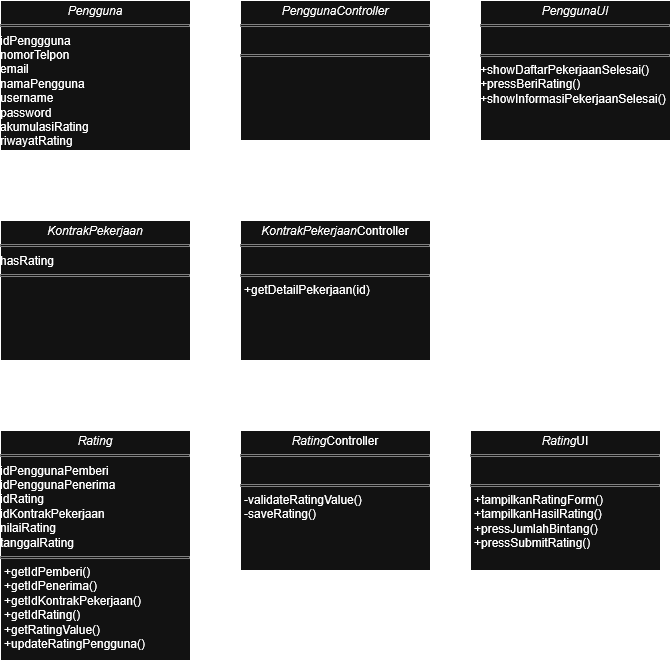
The draw.io diagram docs/M7/assets/diagram/DiagramClassUC10.png in WimarW/IF2150-RPL-K03-G09, before a commit. Source tidied: cells renumbered, new cells last; positions are measured from the earlier drawing's top-left corner, leaving out a move shared by most shapes.
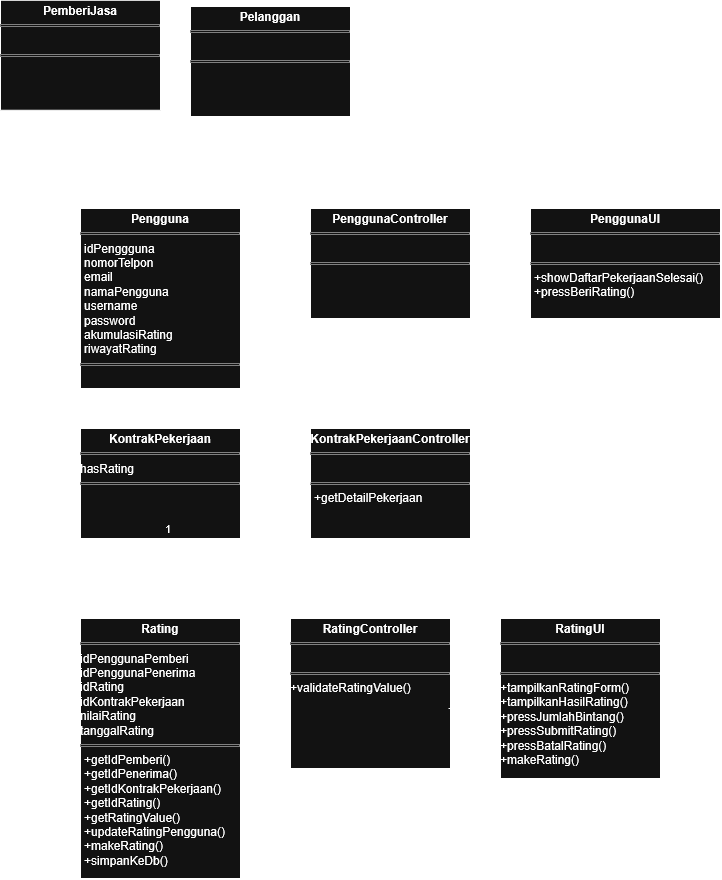
The same diagram one commit later.

Change to the diagram source:
```diff
@@ -2,62 +2,80 @@
   <root>
     <mxCell id="0" />
     <mxCell id="1" parent="0" />
-    <mxCell id="2" value="&lt;p style=&quot;margin:0px;margin-top:4px;text-align:center;&quot;&gt;&lt;i&gt;Pengguna&lt;/i&gt;&lt;/p&gt;&lt;hr size=&quot;1&quot; style=&quot;border-style:solid;&quot;&gt;idPenggguna&lt;br&gt;nomorTelpon &lt;br&gt;email&lt;br&gt;namaPengguna&lt;br&gt;username&lt;br&gt;password &lt;br&gt;akumulasiRating&lt;br&gt;riwayatRating&lt;hr size=&quot;1&quot; style=&quot;border-style:solid;&quot;&gt;&lt;p style=&quot;margin:0px;margin-left:4px;&quot;&gt;&lt;br&gt;&lt;br&gt;&lt;/p&gt;" style="verticalAlign=top;align=left;overflow=fill;html=1;whiteSpace=wrap;" parent="1" vertex="1">
-      <mxGeometry width="190" height="150" as="geometry" />
+    <mxCell id="2" value="&lt;p style=&quot;margin:0px;margin-top:4px;text-align:center;&quot;&gt;&lt;b&gt;Pengguna&lt;/b&gt;&lt;/p&gt;&lt;hr size=&quot;1&quot; style=&quot;border-style:solid;&quot;&gt;&lt;p style=&quot;margin:0px;margin-left:4px;&quot;&gt;idPenggguna&lt;br&gt;nomorTelpon &lt;br&gt;email&lt;br&gt;namaPengguna&lt;br&gt;username&lt;br&gt;password &lt;br&gt;akumulasiRating&lt;br&gt;riwayatRating&lt;/p&gt;&lt;hr size=&quot;1&quot; style=&quot;border-style:solid;&quot;&gt;&lt;p style=&quot;margin:0px;margin-left:4px;&quot;&gt;&lt;br&gt;&lt;/p&gt;" style="verticalAlign=top;align=left;overflow=fill;html=1;whiteSpace=wrap;" parent="1" vertex="1">
+      <mxGeometry x="150" y="200" width="160" height="180" as="geometry" />
     </mxCell>
-    <mxCell id="3" value="&lt;p style=&quot;margin:0px;margin-top:4px;text-align:center;&quot;&gt;&lt;i&gt;PenggunaController&lt;/i&gt;&lt;/p&gt;&lt;hr size=&quot;1&quot; style=&quot;border-style:solid;&quot;&gt;&lt;p style=&quot;margin:0px;margin-left:4px;&quot;&gt;&lt;br&gt;&lt;/p&gt;&lt;hr size=&quot;1&quot; style=&quot;border-style:solid;&quot;&gt;&lt;p style=&quot;margin:0px;margin-left:4px;&quot;&gt;&lt;br&gt;&lt;/p&gt;" style="verticalAlign=top;align=left;overflow=fill;html=1;whiteSpace=wrap;" parent="1" vertex="1">
-      <mxGeometry x="240" width="190" height="140" as="geometry" />
+    <mxCell id="3" value="&lt;p style=&quot;margin:0px;margin-top:4px;text-align:center;&quot;&gt;&lt;b&gt;PenggunaController&lt;/b&gt;&lt;/p&gt;&lt;hr size=&quot;1&quot; style=&quot;border-style:solid;&quot;&gt;&lt;br&gt;&lt;hr size=&quot;1&quot; style=&quot;border-style:solid;&quot;&gt;&lt;p style=&quot;margin:0px;margin-left:4px;&quot;&gt;&lt;br&gt;&lt;/p&gt;" style="verticalAlign=top;align=left;overflow=fill;html=1;whiteSpace=wrap;" parent="1" vertex="1">
+      <mxGeometry x="380" y="200" width="160" height="110" as="geometry" />
     </mxCell>
+    <mxCell id="18" value="&lt;p style=&quot;margin:0px;margin-top:4px;text-align:center;&quot;&gt;&lt;b&gt;PenggunaUI&lt;/b&gt;&lt;/p&gt;&lt;hr size=&quot;1&quot; style=&quot;border-style:solid;&quot;&gt;&lt;p style=&quot;margin:0px;margin-left:4px;&quot;&gt;&lt;br&gt;&lt;/p&gt;&lt;hr size=&quot;1&quot; style=&quot;border-style:solid;&quot;&gt;&lt;p style=&quot;margin:0px;margin-left:4px;&quot;&gt;+showDaftarPekerjaanSelesai()&lt;br&gt;+pressBeriRating()&lt;/p&gt;" style="verticalAlign=top;align=left;overflow=fill;html=1;whiteSpace=wrap;" parent="1" vertex="1">
+      <mxGeometry x="600" y="200" width="190" height="110" as="geometry" />
+    </mxCell>
-    <mxCell id="4" style="endArrow=none;html=1;rounded=0;defaultLabelBackgroundColor=gap;exitX=1;exitY=0.5;exitDx=0;exitDy=0;entryX=-0.006;entryY=0.54;entryDx=0;entryDy=0;entryPerimeter=0;" parent="1" edge="1" source="2" target="3">
+    <mxCell id="4" style="endArrow=none;html=1;rounded=0;defaultLabelBackgroundColor=gap;exitX=1.023;exitY=0.303;exitDx=0;exitDy=0;entryX=0;entryY=0.5;entryDx=0;entryDy=0;exitPerimeter=0;" parent="1" edge="1" source="2" target="3">
       <mxGeometry relative="1" as="geometry" />
     </mxCell>
-    <mxCell id="5" style="endArrow=none;html=1;rounded=0;defaultLabelBackgroundColor=gap;exitX=1;exitY=0.5;exitDx=0;exitDy=0;entryX=0;entryY=0.5;entryDx=0;entryDy=0;" parent="1" edge="1">
-      <mxGeometry relative="1" as="geometry">
-        <mxPoint x="430" y="69.5" as="sourcePoint" />
-        <mxPoint x="480" y="69.5" as="targetPoint" />
-      </mxGeometry>
-    </mxCell>
-    <mxCell id="6" value="&lt;p style=&quot;margin:0px;margin-top:4px;text-align:center;&quot;&gt;&lt;i&gt;PenggunaUI&lt;/i&gt;&lt;/p&gt;&lt;hr size=&quot;1&quot; style=&quot;border-style:solid;&quot;&gt;&lt;p style=&quot;margin:0px;margin-left:4px;&quot;&gt;&lt;br&gt;&lt;/p&gt;&lt;hr size=&quot;1&quot; style=&quot;border-style:solid;&quot;&gt;+showDaftarPekerjaanSelesai()&lt;br&gt;&lt;div&gt;+pressBeriRating()&lt;/div&gt;&lt;div&gt;+showInformasiPekerjaanSelesai()&amp;nbsp;&lt;/div&gt;&lt;div&gt;&lt;br&gt;&lt;/div&gt;" style="verticalAlign=top;align=left;overflow=fill;html=1;whiteSpace=wrap;" parent="1" vertex="1">
-      <mxGeometry x="480" width="190" height="140" as="geometry" />
-    </mxCell>
-    <mxCell id="7" style="endArrow=none;html=1;rounded=0;defaultLabelBackgroundColor=gap;entryX=0.5;entryY=1;entryDx=0;entryDy=0;" parent="1" edge="1" target="2">
-      <mxGeometry relative="1" as="geometry">
-        <mxPoint x="95" y="220" as="sourcePoint" />
-      </mxGeometry>
-    </mxCell>
+    <mxCell id="19" style="endArrow=none;html=1;rounded=0;defaultLabelBackgroundColor=gap;entryX=0;entryY=0.5;entryDx=0;entryDy=0;" parent="1" edge="1" source="3" target="18">
+      <mxGeometry relative="1" as="geometry" />
+    </mxCell>
+    <mxCell id="20" value="&lt;p style=&quot;margin:0px;margin-top:4px;text-align:center;&quot;&gt;&lt;b&gt;PemberiJasa&lt;/b&gt;&lt;/p&gt;&lt;hr size=&quot;1&quot; style=&quot;border-style:solid;&quot;&gt;&lt;br&gt;&lt;hr size=&quot;1&quot; style=&quot;border-style:solid;&quot;&gt;&lt;p style=&quot;margin:0px;margin-left:4px;&quot;&gt;&lt;br&gt;&lt;/p&gt;" style="verticalAlign=top;align=left;overflow=fill;html=1;whiteSpace=wrap;" parent="1" vertex="1">
+      <mxGeometry x="70" y="-8.2" width="160" height="110" as="geometry" />
+    </mxCell>
+    <mxCell id="21" value="&lt;p style=&quot;margin:0px;margin-top:4px;text-align:center;&quot;&gt;&lt;b&gt;Pelanggan&lt;/b&gt;&lt;/p&gt;&lt;hr size=&quot;1&quot; style=&quot;border-style:solid;&quot;&gt;&lt;br&gt;&lt;hr size=&quot;1&quot; style=&quot;border-style:solid;&quot;&gt;&lt;p style=&quot;margin:0px;margin-left:4px;&quot;&gt;&lt;br&gt;&lt;/p&gt;" style="verticalAlign=top;align=left;overflow=fill;html=1;whiteSpace=wrap;" parent="1" vertex="1">
+      <mxGeometry x="260" y="-2" width="160" height="110" as="geometry" />
+    </mxCell>
+    <mxCell id="22" style="endArrow=block;endSize=16;endFill=0;html=1;rounded=0;defaultLabelBackgroundColor=gap;entryX=0.138;entryY=-0.01;entryDx=0;entryDy=0;entryPerimeter=0;" parent="1" edge="1">
+      <mxGeometry relative="1" as="geometry">
+        <mxPoint x="200" y="107.3" as="sourcePoint" />
+        <mxPoint x="202.1" y="200" as="targetPoint" />
+      </mxGeometry>
+    </mxCell>
+    <mxCell id="23" style="endArrow=block;endSize=16;endFill=0;html=1;rounded=0;defaultLabelBackgroundColor=gap;entryX=0.138;entryY=-0.01;entryDx=0;entryDy=0;entryPerimeter=0;exitX=0.946;exitY=1.05;exitDx=0;exitDy=0;exitPerimeter=0;" parent="1" edge="1">
+      <mxGeometry relative="1" as="geometry">
+        <mxPoint x="279.5" y="108" as="sourcePoint" />
+        <mxPoint x="280.5" y="200" as="targetPoint" />
+      </mxGeometry>
+    </mxCell>
-    <mxCell id="8" value="&lt;p style=&quot;margin:0px;margin-top:4px;text-align:center;&quot;&gt;&lt;i&gt;KontrakPekerjaan&lt;/i&gt;&lt;/p&gt;&lt;hr size=&quot;1&quot; style=&quot;border-style:solid;&quot;&gt;hasRating&lt;hr size=&quot;1&quot; style=&quot;border-style:solid;&quot;&gt;&lt;p style=&quot;margin:0px;margin-left:4px;&quot;&gt;&lt;br&gt;&lt;br&gt;&lt;/p&gt;" style="verticalAlign=top;align=left;overflow=fill;html=1;whiteSpace=wrap;" parent="1" vertex="1">
-      <mxGeometry y="220" width="190" height="140" as="geometry" />
+    <mxCell id="8" value="&lt;p style=&quot;margin:0px;margin-top:4px;text-align:center;&quot;&gt;&lt;b&gt;KontrakPekerjaan&lt;/b&gt;&lt;/p&gt;&lt;hr size=&quot;1&quot; style=&quot;border-style:solid;&quot;&gt;hasRating&lt;hr size=&quot;1&quot; style=&quot;border-style:solid;&quot;&gt;&lt;p style=&quot;margin:0px;margin-left:4px;&quot;&gt;&lt;br&gt;&lt;/p&gt;" style="verticalAlign=top;align=left;overflow=fill;html=1;whiteSpace=wrap;" parent="1" vertex="1">
+      <mxGeometry x="150" y="420" width="160" height="110" as="geometry" />
     </mxCell>
-    <mxCell id="9" value="&lt;p style=&quot;margin:0px;margin-top:4px;text-align:center;&quot;&gt;&lt;i&gt;KontrakPekerjaan&lt;/i&gt;Controller&lt;/p&gt;&lt;hr size=&quot;1&quot; style=&quot;border-style:solid;&quot;&gt;&lt;br&gt;&lt;hr size=&quot;1&quot; style=&quot;border-style:solid;&quot;&gt;&lt;p style=&quot;margin:0px;margin-left:4px;&quot;&gt;+getDetailPekerjaan(id)&lt;br&gt;&lt;br&gt;&lt;/p&gt;" style="verticalAlign=top;align=left;overflow=fill;html=1;whiteSpace=wrap;" parent="1" vertex="1">
-      <mxGeometry x="240" y="220" width="190" height="140" as="geometry" />
-    </mxCell>
-    <mxCell id="10" style="endArrow=none;html=1;rounded=0;defaultLabelBackgroundColor=gap;exitX=1;exitY=0.5;exitDx=0;exitDy=0;entryX=0;entryY=0.5;entryDx=0;entryDy=0;" parent="1" edge="1" source="8" target="9">
-      <mxGeometry relative="1" as="geometry" />
-    </mxCell>
-    <mxCell id="11" value="&lt;p style=&quot;margin:0px;margin-top:4px;text-align:center;&quot;&gt;&lt;i&gt;Rating&lt;/i&gt;&lt;/p&gt;&lt;hr size=&quot;1&quot; style=&quot;border-style:solid;&quot;&gt;idPenggunaPemberi&lt;br&gt;idPenggunaPenerima&lt;br&gt;idRating&lt;br&gt;idKontrakPekerjaan&lt;br&gt;nilaiRating&lt;br&gt;tanggalRating&lt;hr size=&quot;1&quot; style=&quot;border-style:solid;&quot;&gt;&lt;p style=&quot;margin:0px;margin-left:4px;&quot;&gt;+getIdPemberi()&lt;br&gt;+getIdPenerima()&lt;br&gt;+getIdKontrakPekerjaan()&lt;br&gt;+getIdRating()&lt;br&gt;+getRatingValue()&lt;br&gt;+updateRatingPengguna()&lt;br&gt;&lt;br&gt;&lt;/p&gt;" style="verticalAlign=top;align=left;overflow=fill;html=1;whiteSpace=wrap;" parent="1" vertex="1">
-      <mxGeometry y="430" width="190" height="230" as="geometry" />
-    </mxCell>
+    <mxCell id="24" value="&lt;p style=&quot;margin:0px;margin-top:4px;text-align:center;&quot;&gt;&lt;b&gt;KontrakPekerjaanController&lt;/b&gt;&lt;/p&gt;&lt;hr size=&quot;1&quot; style=&quot;border-style:solid;&quot;&gt;&lt;br&gt;&lt;hr size=&quot;1&quot; style=&quot;border-style:solid;&quot;&gt;&lt;p style=&quot;margin:0px;margin-left:4px;&quot;&gt;+getDetailPekerjaan&lt;/p&gt;" style="verticalAlign=top;align=left;overflow=fill;html=1;whiteSpace=wrap;" parent="1" vertex="1">
+      <mxGeometry x="380" y="420" width="160" height="110" as="geometry" />
+    </mxCell>
+    <mxCell id="25" value="&lt;p style=&quot;margin:0px;margin-top:4px;text-align:center;&quot;&gt;&lt;b&gt;Rating&lt;/b&gt;&lt;/p&gt;&lt;hr size=&quot;1&quot; style=&quot;border-style:solid;&quot;&gt;idPenggunaPemberi&lt;br&gt;idPenggunaPenerima&lt;br&gt;idRating&lt;br&gt;idKontrakPekerjaan&lt;br&gt;nilaiRating&lt;br&gt;tanggalRating&lt;hr size=&quot;1&quot; style=&quot;border-style:solid;&quot;&gt;&lt;p style=&quot;margin:0px;margin-left:4px;&quot;&gt;+getIdPemberi()&lt;br&gt;+getIdPenerima()&lt;br&gt;+getIdKontrakPekerjaan()&lt;br&gt;+getIdRating()&lt;br&gt;+getRatingValue()&lt;br&gt;+updateRatingPengguna()&lt;/p&gt;&lt;p style=&quot;margin:0px;margin-left:4px;&quot;&gt;+makeRating()&lt;/p&gt;&lt;p style=&quot;margin:0px;margin-left:4px;&quot;&gt;+simpanKeDb()&lt;/p&gt;" style="verticalAlign=top;align=left;overflow=fill;html=1;whiteSpace=wrap;" parent="1" vertex="1">
+      <mxGeometry x="150" y="610" width="160" height="260" as="geometry" />
+    </mxCell>
-    <mxCell id="12" value="1" style="endArrow=open;html=1;endSize=12;startArrow=diamondThin;startSize=14;startFill=0;edgeStyle=orthogonalEdgeStyle;align=left;verticalAlign=bottom;rounded=0;defaultLabelBackgroundColor=gap;exitX=0.5;exitY=1;exitDx=0;exitDy=0;entryX=0.5;entryY=0;entryDx=0;entryDy=0;" parent="1" edge="1" source="8" target="11">
-      <mxGeometry x="-0.43" y="5" relative="1" as="geometry" />
+    <mxCell id="12" value="1" style="endArrow=open;html=1;endSize=12;startArrow=diamondThin;startSize=14;startFill=0;edgeStyle=orthogonalEdgeStyle;align=left;verticalAlign=bottom;rounded=0;defaultLabelBackgroundColor=gap;entryX=0.5;entryY=0;entryDx=0;entryDy=0;" parent="1" edge="1" target="25">
+      <mxGeometry x="-1" y="3" relative="1" as="geometry">
+        <mxPoint x="230" y="530" as="sourcePoint" />
+      </mxGeometry>
     </mxCell>
-    <mxCell id="13" style="endArrow=none;html=1;rounded=0;defaultLabelBackgroundColor=gap;exitX=1.006;exitY=0.301;exitDx=0;exitDy=0;exitPerimeter=0;" parent="1" edge="1" source="11">
-      <mxGeometry relative="1" as="geometry">
-        <mxPoint x="240" y="500" as="targetPoint" />
-      </mxGeometry>
-    </mxCell>
-    <mxCell id="14" value="&lt;p style=&quot;margin:0px;margin-top:4px;text-align:center;&quot;&gt;&lt;i&gt;Rating&lt;/i&gt;Controller&lt;/p&gt;&lt;hr size=&quot;1&quot; style=&quot;border-style:solid;&quot;&gt;&lt;br&gt;&lt;hr size=&quot;1&quot; style=&quot;border-style:solid;&quot;&gt;&lt;p style=&quot;margin:0px;margin-left:4px;&quot;&gt;-validateRatingValue()&lt;/p&gt;&lt;p style=&quot;margin:0px;margin-left:4px;&quot;&gt;-saveRating()&lt;br&gt;&lt;br&gt;&lt;/p&gt;" style="verticalAlign=top;align=left;overflow=fill;html=1;whiteSpace=wrap;" parent="1" vertex="1">
-      <mxGeometry x="240" y="430" width="190" height="140" as="geometry" />
-    </mxCell>
-    <mxCell id="15" value="&lt;p style=&quot;margin:0px;margin-top:4px;text-align:center;&quot;&gt;&lt;i&gt;Rating&lt;/i&gt;UI&lt;/p&gt;&lt;hr size=&quot;1&quot; style=&quot;border-style:solid;&quot;&gt;&lt;br&gt;&lt;hr size=&quot;1&quot; style=&quot;border-style:solid;&quot;&gt;&lt;p style=&quot;margin:0px;margin-left:4px;&quot;&gt;+tampilkanRatingForm()&lt;br&gt;+tampilkanHasilRating()&lt;br&gt;+pressJumlahBintang()&lt;br&gt;+pressSubmitRating()&lt;br&gt;&lt;br&gt;&lt;/p&gt;" style="verticalAlign=top;align=left;overflow=fill;html=1;whiteSpace=wrap;" parent="1" vertex="1">
-      <mxGeometry x="470" y="430" width="190" height="140" as="geometry" />
-    </mxCell>
-    <mxCell id="16" style="endArrow=none;html=1;rounded=0;defaultLabelBackgroundColor=gap;exitX=1;exitY=0.5;exitDx=0;exitDy=0;entryX=0;entryY=0.5;entryDx=0;entryDy=0;" parent="1" edge="1" target="15">
-      <mxGeometry relative="1" as="geometry">
-        <mxPoint x="430" y="499.5" as="sourcePoint" />
-      </mxGeometry>
-    </mxCell>
-    <mxCell id="17" value="0..2" style="text;html=1;whiteSpace=wrap;strokeColor=none;fillColor=none;align=center;verticalAlign=middle;rounded=0;" parent="1" vertex="1">
-      <mxGeometry x="100" y="400" width="30" height="30" as="geometry" />
+    <mxCell id="17" value="&lt;b&gt;0..2&lt;/b&gt;" style="text;html=1;whiteSpace=wrap;strokeColor=none;fillColor=none;align=center;verticalAlign=middle;rounded=0;" parent="1" vertex="1">
+      <mxGeometry x="240" y="580" width="60" height="30" as="geometry" />
     </mxCell>
+    <mxCell id="26" style="endArrow=none;html=1;rounded=0;defaultLabelBackgroundColor=gap;exitX=1;exitY=0.5;exitDx=0;exitDy=0;entryX=0;entryY=0.5;entryDx=0;entryDy=0;" parent="1" edge="1" source="8">
+      <mxGeometry relative="1" as="geometry">
+        <mxPoint x="380" y="474.5" as="targetPoint" />
+      </mxGeometry>
+    </mxCell>
+    <mxCell id="27" value="&lt;p style=&quot;margin:0px;margin-top:4px;text-align:center;&quot;&gt;&lt;b&gt;RatingController&lt;/b&gt;&lt;/p&gt;&lt;hr size=&quot;1&quot; style=&quot;border-style:solid;&quot;&gt;&lt;br&gt;&lt;hr size=&quot;1&quot; style=&quot;border-style:solid;&quot;&gt;+validateRatingValue()" style="verticalAlign=top;align=left;overflow=fill;html=1;whiteSpace=wrap;" parent="1" vertex="1">
+      <mxGeometry x="360" y="610" width="160" height="150" as="geometry" />
+    </mxCell>
+    <mxCell id="28" value="&lt;p style=&quot;margin:0px;margin-top:4px;text-align:center;&quot;&gt;&lt;b&gt;RatingUI&lt;/b&gt;&lt;/p&gt;&lt;hr size=&quot;1&quot; style=&quot;border-style:solid;&quot;&gt;&lt;br&gt;&lt;hr size=&quot;1&quot; style=&quot;border-style:solid;&quot;&gt;+tampilkanRatingForm()&lt;br&gt;+tampilkanHasilRating()&lt;br&gt;+pressJumlahBintang()&lt;br&gt;+pressSubmitRating()&lt;br&gt;&lt;div&gt;+pressBatalRating()&lt;/div&gt;&lt;div&gt;+makeRating()&lt;/div&gt;" style="verticalAlign=top;align=left;overflow=fill;html=1;whiteSpace=wrap;" parent="1" vertex="1">
+      <mxGeometry x="570" y="610" width="160" height="160" as="geometry" />
+    </mxCell>
+    <mxCell id="29" style="endArrow=none;html=1;rounded=0;defaultLabelBackgroundColor=gap;entryX=0.001;entryY=0.607;entryDx=0;entryDy=0;entryPerimeter=0;" parent="1" edge="1" target="27">
+      <mxGeometry relative="1" as="geometry">
+        <mxPoint x="310" y="700" as="sourcePoint" />
+      </mxGeometry>
+    </mxCell>
+    <mxCell id="30" style="endArrow=none;html=1;rounded=0;defaultLabelBackgroundColor=gap;entryX=0.011;entryY=0.393;entryDx=0;entryDy=0;entryPerimeter=0;" parent="1" edge="1">
+      <mxGeometry relative="1" as="geometry">
+        <mxPoint x="518" y="700" as="sourcePoint" />
+        <mxPoint x="570" y="700" as="targetPoint" />
+      </mxGeometry>
+    </mxCell>
+    <mxCell id="31" style="endArrow=none;html=1;rounded=0;defaultLabelBackgroundColor=gap;exitX=0.5;exitY=0;exitDx=0;exitDy=0;entryX=0.5;entryY=1;entryDx=0;entryDy=0;" parent="1" edge="1" source="8" target="2">
+      <mxGeometry relative="1" as="geometry" />
+    </mxCell>
   </root>
 </mxGraphModel>
```
